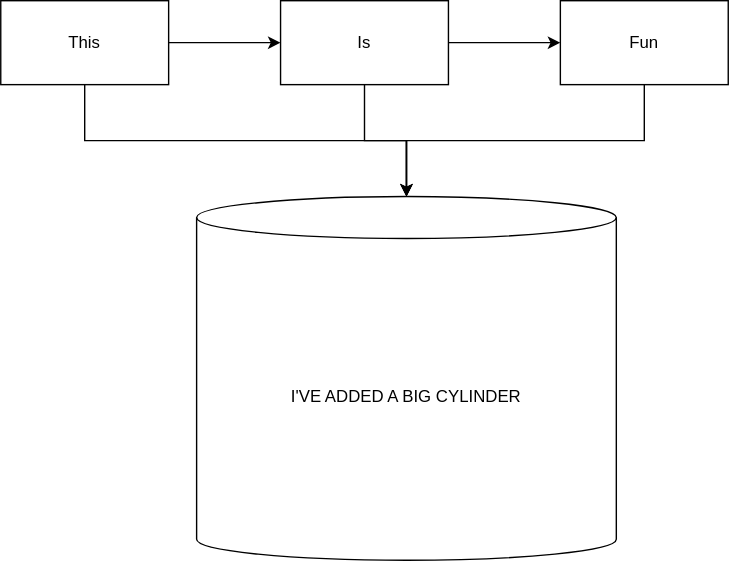
The draw.io diagram DiagramInGithub.drawio.svg in justindoherty/testdraw, before a commit. Source tidied: cells renumbered, new cells last; positions are measured from the earlier drawing's top-left corner, leaving out a move shared by most shapes.
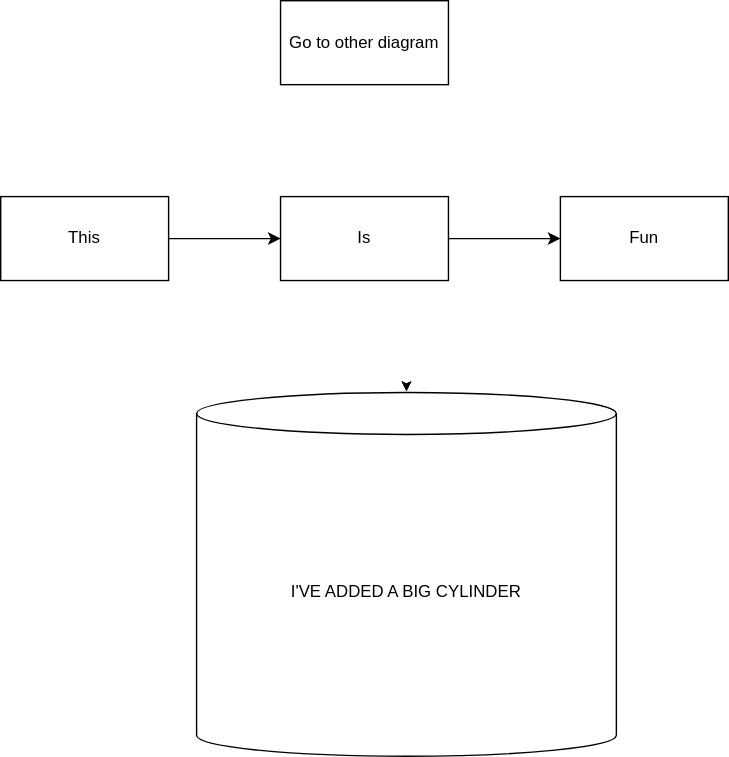
The same diagram one commit later.

Diff of the diagram source:
```diff
@@ -8,7 +8,7 @@
     <mxCell id="3" style="edgeStyle=orthogonalEdgeStyle;rounded=0;jettySize=auto;html=1;exitX=0.5;exitY=1;exitDx=0;exitDy=0;fontColor=default;strokeColor=default;labelBackgroundColor=default;" parent="1" edge="1" source="4" target="10">
       <mxGeometry relative="1" as="geometry" />
     </mxCell>
-    <mxCell id="4" value="This" style="rounded=0;whiteSpace=wrap;html=1;fillColor=default;strokeColor=default;fontColor=default;" parent="1" vertex="1">
+    <mxCell id="4" value="This" style="rounded=0;whiteSpace=wrap;html=1;fontColor=default;" parent="1" vertex="1">
       <mxGeometry width="120" height="60" as="geometry" />
     </mxCell>
     <mxCell id="5" style="edgeStyle=orthogonalEdgeStyle;rounded=0;jettySize=auto;html=1;fontColor=default;" parent="1" edge="1" source="7" target="9">
@@ -17,7 +17,7 @@
     <mxCell id="6" style="edgeStyle=orthogonalEdgeStyle;rounded=0;jettySize=auto;html=1;exitX=0.5;exitY=1;exitDx=0;exitDy=0;fontColor=default;strokeColor=default;labelBackgroundColor=default;" parent="1" edge="1" source="7" target="10">
       <mxGeometry relative="1" as="geometry" />
     </mxCell>
-    <mxCell id="7" value="Is" style="rounded=0;whiteSpace=wrap;html=1;fillColor=default;strokeColor=default;fontColor=default;" parent="1" vertex="1">
+    <mxCell id="7" value="Is" style="rounded=0;whiteSpace=wrap;html=1;fontColor=default;" parent="1" vertex="1">
       <mxGeometry x="200" width="120" height="60" as="geometry" />
     </mxCell>
     <mxCell id="8" style="edgeStyle=orthogonalEdgeStyle;rounded=0;jettySize=auto;html=1;exitX=0.5;exitY=1;exitDx=0;exitDy=0;labelBackgroundColor=default;fontColor=default;strokeColor=default;" parent="1" edge="1" source="9" target="10">
@@ -26,8 +26,11 @@
     <mxCell id="9" value="Fun" style="rounded=0;whiteSpace=wrap;html=1;" parent="1" vertex="1">
       <mxGeometry x="400" width="120" height="60" as="geometry" />
     </mxCell>
-    <mxCell id="10" value="I'VE ADDED A BIG CYLINDER" style="shape=cylinder3;whiteSpace=wrap;html=1;boundedLbl=1;backgroundOutline=1;size=15;fontColor=default;strokeColor=default;fillColor=default;" parent="1" vertex="1">
+    <mxCell id="10" value="I'VE ADDED A BIG CYLINDER" style="shape=cylinder3;whiteSpace=wrap;html=1;boundedLbl=1;backgroundOutline=1;size=15;fontColor=default;" parent="1" vertex="1">
       <mxGeometry x="140" y="140" width="300" height="260" as="geometry" />
     </mxCell>
+    <mxCell id="11" value="Go to other diagram" style="rounded=0;whiteSpace=wrap;html=1;strokeColor=#000000;fillColor=#ffffff;" parent="1" vertex="1">
+      <mxGeometry x="200" y="-140" width="120" height="60" as="geometry" />
+    </mxCell>
   </root>
 </mxGraphModel>
```
